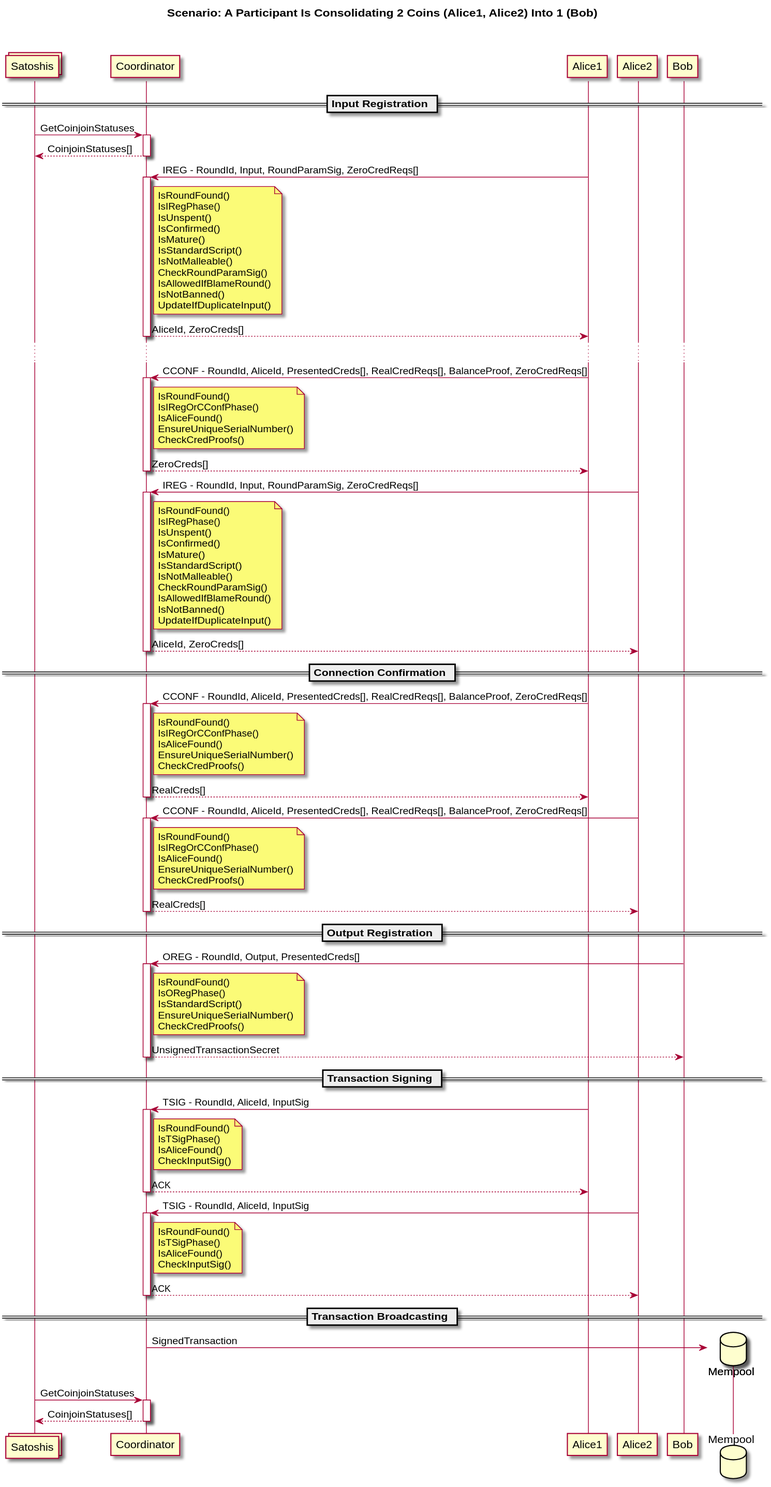
Earlier version of the PlantUML export diagrams/interaction_diagram.svg (WalletWasabi/WabiSabi). The source it was exported from:
```plantuml
@startuml
collections Satoshis
participant Coordinator
participant Alice1
participant Alice2
participant Bob
database Mempool

title Scenario: A Participant Is Consolidating 2 Coins (Alice1, Alice2) Into 1 (Bob)\n

== Input Registration ==

Satoshis -> Coordinator ++ : GetCoinjoinStatuses
return CoinjoinStatuses[]

Alice1 -> Coordinator ++: IREG - RoundId, Input, RoundParamSig, ZeroCredReqs[]
note right of Coordinator
    IsRoundFound()
    IsIRegPhase()
    IsUnspent()
    IsConfirmed()
    IsMature()
    IsStandardScript()
    IsNotMalleable()
    CheckRoundParamSig()
    IsAllowedIfBlameRound()
    IsNotBanned()
    UpdateIfDuplicateInput()
end note
return AliceId, ZeroCreds[]
...

Alice1 -> Coordinator ++: CCONF - RoundId, AliceId, PresentedCreds[], RealCredReqs[], BalanceProof, ZeroCredReqs[]
note right of Coordinator
    IsRoundFound()
    IsIRegOrCConfPhase()
    IsAliceFound()
    EnsureUniqueSerialNumber()
    CheckCredProofs()
end note
return ZeroCreds[]

Alice2 -> Coordinator ++: IREG - RoundId, Input, RoundParamSig, ZeroCredReqs[]
note right of Coordinator
    IsRoundFound()
    IsIRegPhase()
    IsUnspent()
    IsConfirmed()
    IsMature()
    IsStandardScript()
    IsNotMalleable()
    CheckRoundParamSig()
    IsAllowedIfBlameRound()
    IsNotBanned()
    UpdateIfDuplicateInput()
end note
return AliceId, ZeroCreds[]

== Connection Confirmation ==

Alice1 -> Coordinator ++: CCONF - RoundId, AliceId, PresentedCreds[], RealCredReqs[], BalanceProof, ZeroCredReqs[]
note right of Coordinator
    IsRoundFound()
    IsIRegOrCConfPhase()
    IsAliceFound()
    EnsureUniqueSerialNumber()
    CheckCredProofs()
end note
return RealCreds[]

Alice2 -> Coordinator ++: CCONF - RoundId, AliceId, PresentedCreds[], RealCredReqs[], BalanceProof, ZeroCredReqs[]
note right of Coordinator
    IsRoundFound()
    IsIRegOrCConfPhase()
    IsAliceFound()
    EnsureUniqueSerialNumber()
    CheckCredProofs()
end note
return RealCreds[]

== Output Registration ==

Bob -> Coordinator ++: OREG - RoundId, Output, PresentedCreds[]
note right of Coordinator
    IsRoundFound()
    IsORegPhase()
    IsStandardScript()
    EnsureUniqueSerialNumber()
    CheckCredProofs()
end note
return UnsignedTransactionSecret

== Transaction Signing ==

Alice1 -> Coordinator ++: TSIG - RoundId, AliceId, InputSig
note right of Coordinator
    IsRoundFound()
    IsTSigPhase()
    IsAliceFound()
    CheckInputSig()
end note
return ACK

Alice2 -> Coordinator ++: TSIG - RoundId, AliceId, InputSig
note right of Coordinator
    IsRoundFound()
    IsTSigPhase()
    IsAliceFound()
    CheckInputSig()
end note
return ACK

== Transaction Broadcasting ==

Coordinator -> Mempool**  : SignedTransaction

Satoshis -> Coordinator ++ : GetCoinjoinStatuses
return CoinjoinStatuses[]

@enduml
```
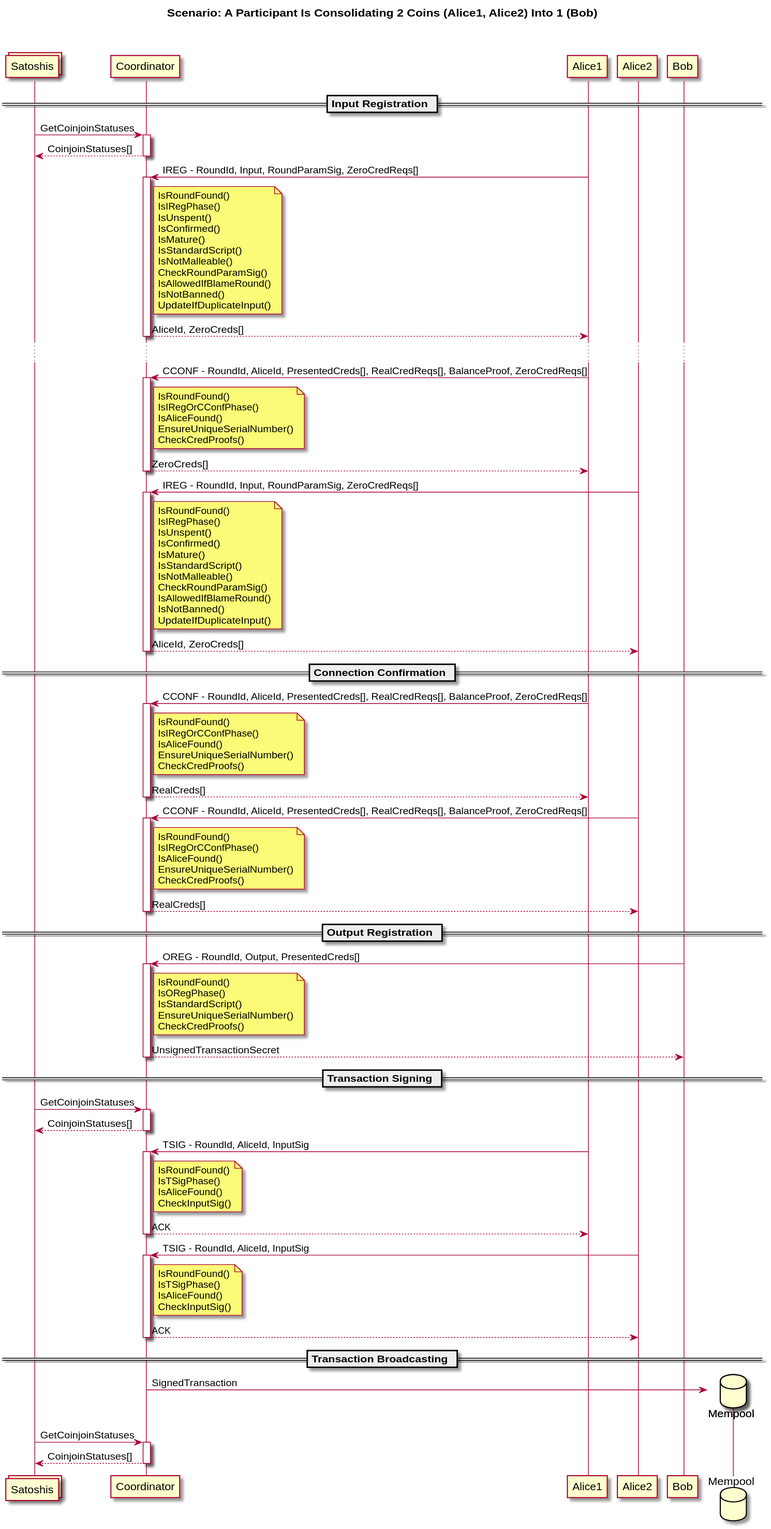
The same file after the commit.

Commit message:
Add a GetCoinjoinStatuses call before signing

Assuming that encrypted unsigned transactions are included in
getstatuses, another such request is necessary by the user in the
interaction diagram in order to be able verify the other uses' round
parameter signatures and to provide a signature on the final
transaction.

The edit, as a diff of the source:
```diff
@@ -92,6 +92,9 @@
 
 == Transaction Signing ==
 
+Satoshis -> Coordinator ++ : GetCoinjoinStatuses
+return CoinjoinStatuses[]
+
 Alice1 -> Coordinator ++: TSIG - RoundId, AliceId, InputSig
 note right of Coordinator
     IsRoundFound()
```
